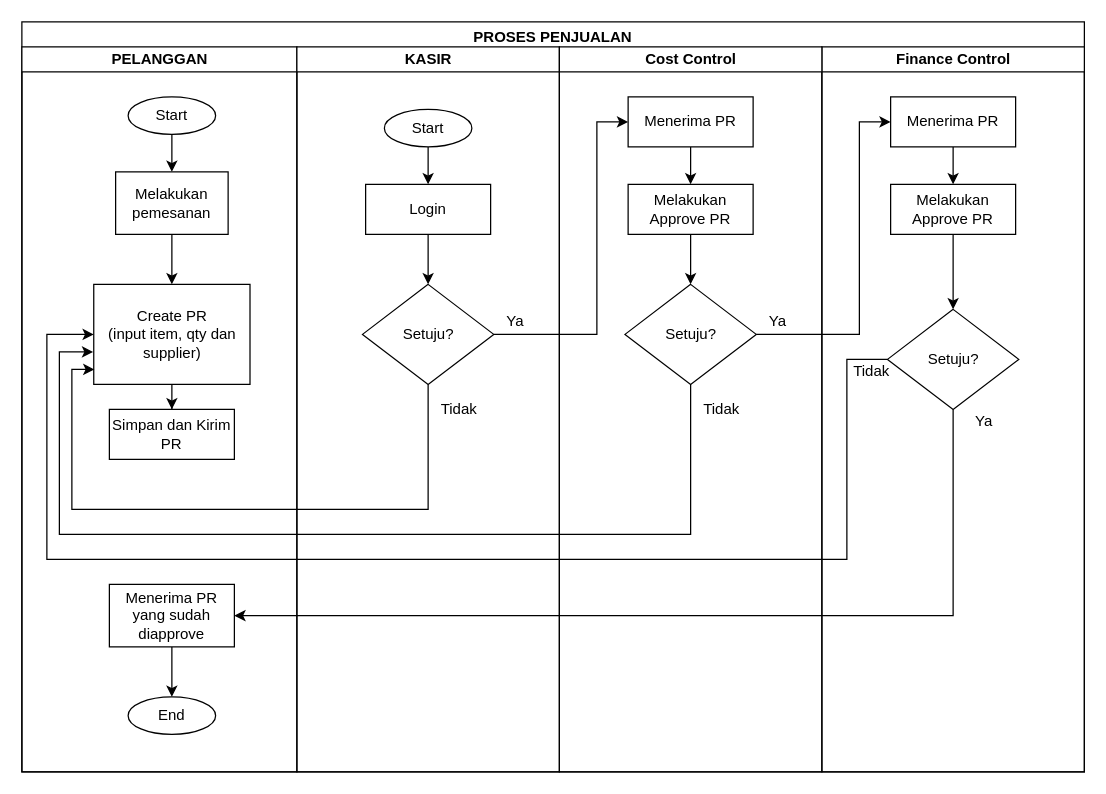
andizdn13/dokumen-project keeps this draw.io diagram as page "Halaman-2" (2 of 2) of Untitled Diagram.drawio. Above is the earlier version. Source tidied: cells renumbered, new cells numbered last; positions are measured from the earlier drawing's top-left corner, leaving out a move shared by most shapes. Both pictures are drawn from the tidied source at 125%, with x=0, y=0 at pixel (21, 21).
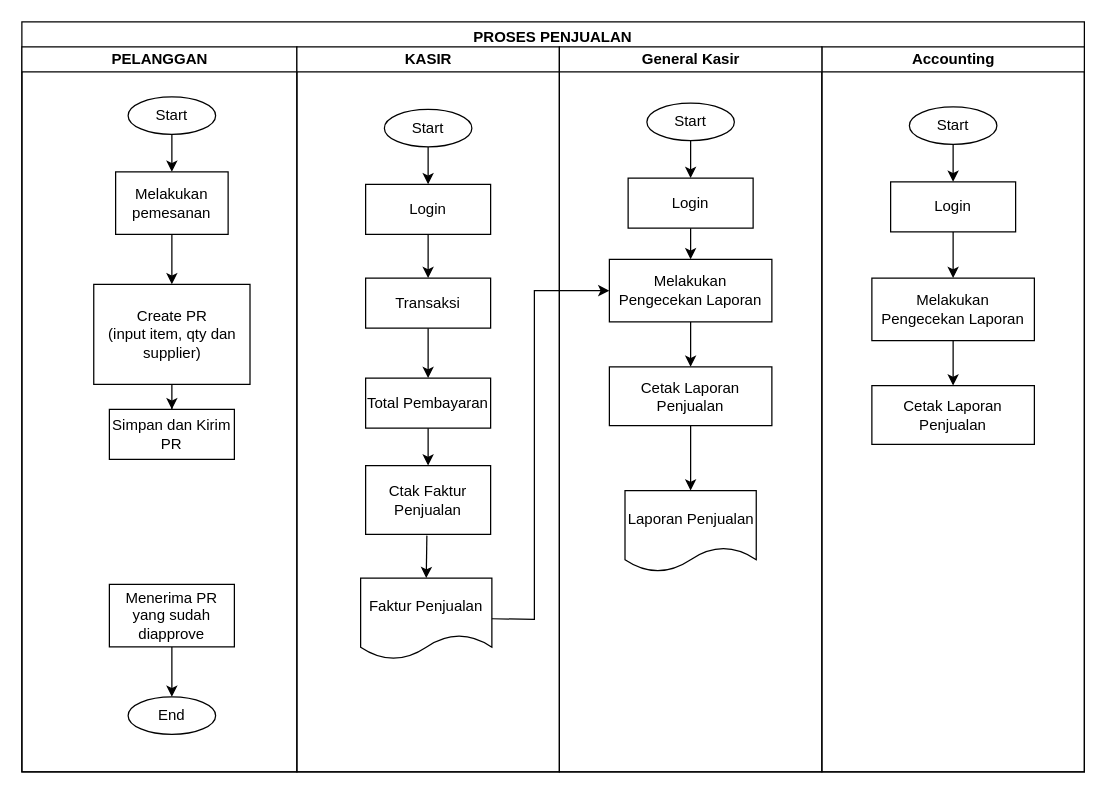
Above is the later version.

Unchanged cells that the change refers to:
```xml
<mxCell id="2" value="PROSES PENJUALAN" style="swimlane;" parent="1" vertex="1">
  <mxGeometry width="850" height="600" as="geometry" />
</mxCell>
<mxCell id="17" value="Create PR&lt;br&gt;(input item, qty dan supplier)" style="rounded=0;whiteSpace=wrap;html=1;strokeWidth=1;" parent="11" vertex="1">
  <mxGeometry x="57.5" y="190" width="125" height="80" as="geometry" />
</mxCell>
<mxCell id="20" value="Menerima PR yang sudah diapprove" style="rounded=0;whiteSpace=wrap;html=1;strokeWidth=1;" parent="11" vertex="1">
  <mxGeometry x="70" y="430" width="100" height="50" as="geometry" />
</mxCell>
<mxCell id="22" value="KASIR" style="swimlane;html=1;startSize=20;" parent="2" vertex="1">
  <mxGeometry x="220" y="20" width="210" height="580" as="geometry" />
</mxCell>
<mxCell id="25" value="Login" style="rounded=0;whiteSpace=wrap;html=1;strokeWidth=1;" parent="22" vertex="1">
  <mxGeometry x="55" y="110" width="100" height="40" as="geometry" />
</mxCell>
```

Diff of the diagram source:
```diff
@@
-    <mxCell id="3" value="Finance Control" style="swimlane;html=1;startSize=20;" parent="2" vertex="1">
+    <mxCell id="3" value="Accounting" style="swimlane;html=1;startSize=20;" parent="2" vertex="1">
       <mxGeometry x="640" y="20" width="210" height="580" as="geometry" />
     </mxCell>
-    <mxCell id="4" style="edgeStyle=orthogonalEdgeStyle;rounded=0;jettySize=auto;html=1;exitX=0.5;exitY=1;exitDx=0;exitDy=0;entryX=0.5;entryY=0;entryDx=0;entryDy=0;" parent="3" edge="1" source="5" target="7">
-      <mxGeometry relative="1" as="geometry" />
-    </mxCell>
-    <mxCell id="5" value="Menerima PR" style="rounded=0;whiteSpace=wrap;html=1;strokeWidth=1;" parent="3" vertex="1">
-      <mxGeometry x="55" y="40" width="100" height="40" as="geometry" />
-    </mxCell>
-    <mxCell id="6" style="edgeStyle=orthogonalEdgeStyle;rounded=0;jettySize=auto;html=1;exitX=0.5;exitY=1;exitDx=0;exitDy=0;entryX=0.5;entryY=0;entryDx=0;entryDy=0;" parent="3" edge="1" source="7" target="8">
-      <mxGeometry relative="1" as="geometry" />
-    </mxCell>
-    <mxCell id="7" value="Melakukan Approve PR" style="rounded=0;whiteSpace=wrap;html=1;strokeWidth=1;" parent="3" vertex="1">
-      <mxGeometry x="55" y="110" width="100" height="40" as="geometry" />
-    </mxCell>
-    <mxCell id="8" value="Setuju?" style="rhombus;whiteSpace=wrap;html=1;strokeWidth=1;" parent="3" vertex="1">
-      <mxGeometry x="52.5" y="210" width="105" height="80" as="geometry" />
-    </mxCell>
-    <mxCell id="9" value="Ya" style="text;html=1;strokeColor=none;fillColor=none;align=center;verticalAlign=middle;whiteSpace=wrap;rounded=0;" parent="3" vertex="1">
-      <mxGeometry x="110" y="290" width="40" height="20" as="geometry" />
-    </mxCell>
-    <mxCell id="10" value="Tidak" style="text;html=1;strokeColor=none;fillColor=none;align=center;verticalAlign=middle;whiteSpace=wrap;rounded=0;" parent="3" vertex="1">
-      <mxGeometry x="20" y="250" width="40" height="20" as="geometry" />
-    </mxCell>
+    <mxCell id="44" value="Start" style="strokeWidth=1;html=1;shape=mxgraph.flowchart.start_1;whiteSpace=wrap;" parent="3" vertex="1">
+      <mxGeometry x="70" y="48" width="70" height="30" as="geometry" />
+    </mxCell>
+    <mxCell id="45" style="edgeStyle=orthogonalEdgeStyle;rounded=0;jettySize=auto;html=1;exitX=0.5;exitY=1;exitDx=0;exitDy=0;entryX=0.5;entryY=0;entryDx=0;entryDy=0;" parent="3" edge="1" target="46">
+      <mxGeometry relative="1" as="geometry">
+        <mxPoint x="105" y="78" as="sourcePoint" />
+      </mxGeometry>
+    </mxCell>
+    <mxCell id="46" value="Login" style="rounded=0;whiteSpace=wrap;html=1;strokeWidth=1;" parent="3" vertex="1">
+      <mxGeometry x="55" y="108" width="100" height="40" as="geometry" />
+    </mxCell>
+    <mxCell id="47" style="edgeStyle=orthogonalEdgeStyle;rounded=0;jettySize=auto;html=1;exitX=0.5;exitY=1;exitDx=0;exitDy=0;" parent="3" edge="1" source="48" target="49">
+      <mxGeometry relative="1" as="geometry" />
+    </mxCell>
+    <mxCell id="48" value="Melakukan Pengecekan Laporan" style="rounded=0;whiteSpace=wrap;html=1;strokeWidth=1;" parent="3" vertex="1">
+      <mxGeometry x="40" y="185" width="130" height="50" as="geometry" />
+    </mxCell>
+    <mxCell id="49" value="Cetak Laporan Penjualan" style="rounded=0;whiteSpace=wrap;html=1;strokeWidth=1;" parent="3" vertex="1">
+      <mxGeometry x="40" y="271" width="130" height="47" as="geometry" />
+    </mxCell>
+    <mxCell id="50" style="endArrow=classic;html=1;rounded=0;exitX=0.5;exitY=1;exitDx=0;exitDy=0;" parent="3" edge="1" source="46" target="48">
+      <mxGeometry relative="1" as="geometry" />
+    </mxCell>
@@
-    <mxCell id="24" style="edgeStyle=orthogonalEdgeStyle;rounded=0;jettySize=auto;html=1;exitX=0.5;exitY=1;exitDx=0;exitDy=0;entryX=0.5;entryY=0;entryDx=0;entryDy=0;" parent="22" edge="1" source="25" target="26">
-      <mxGeometry relative="1" as="geometry" />
+    <mxCell id="24" style="edgeStyle=orthogonalEdgeStyle;rounded=0;jettySize=auto;html=1;exitX=0.5;exitY=1;exitDx=0;exitDy=0;entryX=0.5;entryY=0;entryDx=0;entryDy=0;" parent="22" edge="1" source="51">
+      <mxGeometry relative="1" as="geometry">
+        <mxPoint x="105" y="265" as="targetPoint" />
+      </mxGeometry>
     </mxCell>
@@
-    <mxCell id="26" value="Setuju?" style="rhombus;whiteSpace=wrap;html=1;strokeWidth=1;" parent="22" vertex="1">
-      <mxGeometry x="52.5" y="190" width="105" height="80" as="geometry" />
-    </mxCell>
-    <mxCell id="27" value="Ya" style="text;html=1;strokeColor=none;fillColor=none;align=center;verticalAlign=middle;whiteSpace=wrap;rounded=0;" parent="22" vertex="1">
-      <mxGeometry x="155" y="210" width="40" height="20" as="geometry" />
-    </mxCell>
-    <mxCell id="28" value="Tidak" style="text;html=1;strokeColor=none;fillColor=none;align=center;verticalAlign=middle;whiteSpace=wrap;rounded=0;" parent="22" vertex="1">
-      <mxGeometry x="110" y="280" width="40" height="20" as="geometry" />
-    </mxCell>
@@
+    <mxCell id="51" value="Transaksi " style="rounded=0;whiteSpace=wrap;html=1;strokeWidth=1;" parent="22" vertex="1">
+      <mxGeometry x="55" y="185" width="100" height="40" as="geometry" />
+    </mxCell>
+    <mxCell id="52" style="edgeStyle=orthogonalEdgeStyle;rounded=0;jettySize=auto;html=1;exitX=0.5;exitY=1;exitDx=0;exitDy=0;entryX=0.5;entryY=0;entryDx=0;entryDy=0;" parent="22" edge="1" source="25" target="51">
+      <mxGeometry relative="1" as="geometry" />
+    </mxCell>
+    <mxCell id="53" value="Total Pembayaran" style="rounded=0;whiteSpace=wrap;html=1;strokeWidth=1;" parent="22" vertex="1">
+      <mxGeometry x="55" y="265" width="100" height="40" as="geometry" />
+    </mxCell>
+    <mxCell id="54" value="Ctak Faktur Penjualan" style="rounded=0;whiteSpace=wrap;html=1;strokeWidth=1;" parent="22" vertex="1">
+      <mxGeometry x="55" y="335" width="100" height="55" as="geometry" />
+    </mxCell>
+    <mxCell id="55" value="Faktur Penjualan" style="shape=document;whiteSpace=wrap;html=1;boundedLbl=1;" parent="22" vertex="1">
+      <mxGeometry x="51" y="425" width="105" height="65" as="geometry" />
+    </mxCell>
+    <mxCell id="56" style="endArrow=classic;html=1;rounded=0;exitX=0.5;exitY=1;exitDx=0;exitDy=0;entryX=0.5;entryY=0;entryDx=0;entryDy=0;" parent="22" edge="1" source="53" target="54">
+      <mxGeometry relative="1" as="geometry" />
+    </mxCell>
-    <mxCell id="30" value="Cost Control" style="swimlane;html=1;startSize=20;" parent="2" vertex="1">
+    <mxCell id="30" value="General Kasir" style="swimlane;html=1;startSize=20;" parent="2" vertex="1">
       <mxGeometry x="430" y="20" width="210" height="580" as="geometry" />
     </mxCell>
@@
-    <mxCell id="32" value="Menerima PR" style="rounded=0;whiteSpace=wrap;html=1;strokeWidth=1;" parent="30" vertex="1">
-      <mxGeometry x="55" y="40" width="100" height="40" as="geometry" />
+    <mxCell id="32" value="Melakukan Pengecekan Laporan" style="rounded=0;whiteSpace=wrap;html=1;strokeWidth=1;" parent="30" vertex="1">
+      <mxGeometry x="40" y="170" width="130" height="50" as="geometry" />
     </mxCell>
-    <mxCell id="33" style="edgeStyle=orthogonalEdgeStyle;rounded=0;jettySize=auto;html=1;exitX=0.5;exitY=1;exitDx=0;exitDy=0;entryX=0.5;entryY=0;entryDx=0;entryDy=0;" parent="30" edge="1" source="34" target="35">
-      <mxGeometry relative="1" as="geometry" />
+    <mxCell id="33" style="edgeStyle=orthogonalEdgeStyle;rounded=0;jettySize=auto;html=1;exitX=0.5;exitY=1;exitDx=0;exitDy=0;" parent="30" edge="1" source="34">
+      <mxGeometry relative="1" as="geometry">
+        <mxPoint x="105" y="355" as="targetPoint" />
+      </mxGeometry>
     </mxCell>
-    <mxCell id="34" value="Melakukan Approve PR" style="rounded=0;whiteSpace=wrap;html=1;strokeWidth=1;" parent="30" vertex="1">
-      <mxGeometry x="55" y="110" width="100" height="40" as="geometry" />
+    <mxCell id="34" value="Cetak Laporan Penjualan" style="rounded=0;whiteSpace=wrap;html=1;strokeWidth=1;" parent="30" vertex="1">
+      <mxGeometry x="40" y="256" width="130" height="47" as="geometry" />
     </mxCell>
-    <mxCell id="35" value="Setuju?" style="rhombus;whiteSpace=wrap;html=1;strokeWidth=1;" parent="30" vertex="1">
-      <mxGeometry x="52.5" y="190" width="105" height="80" as="geometry" />
-    </mxCell>
-    <mxCell id="36" value="Ya" style="text;html=1;strokeColor=none;fillColor=none;align=center;verticalAlign=middle;whiteSpace=wrap;rounded=0;" parent="30" vertex="1">
-      <mxGeometry x="155" y="210" width="40" height="20" as="geometry" />
-    </mxCell>
-    <mxCell id="37" value="Tidak" style="text;html=1;strokeColor=none;fillColor=none;align=center;verticalAlign=middle;whiteSpace=wrap;rounded=0;" parent="30" vertex="1">
-      <mxGeometry x="110" y="280" width="40" height="20" as="geometry" />
-    </mxCell>
-    <mxCell id="38" style="edgeStyle=orthogonalEdgeStyle;rounded=0;jettySize=auto;html=1;exitX=1;exitY=0.5;exitDx=0;exitDy=0;entryX=0;entryY=0.5;entryDx=0;entryDy=0;" parent="2" edge="1" source="26" target="32">
-      <mxGeometry relative="1" as="geometry">
-        <Array as="points">
-          <mxPoint x="460" y="250" />
-          <mxPoint x="460" y="80" />
-        </Array>
-      </mxGeometry>
-    </mxCell>
-    <mxCell id="39" style="edgeStyle=orthogonalEdgeStyle;rounded=0;jettySize=auto;html=1;exitX=0.5;exitY=1;exitDx=0;exitDy=0;entryX=0.004;entryY=0.85;entryDx=0;entryDy=0;entryPerimeter=0;" parent="2" edge="1" source="26" target="17">
-      <mxGeometry relative="1" as="geometry">
-        <Array as="points">
-          <mxPoint x="325" y="390" />
-          <mxPoint x="40" y="390" />
-          <mxPoint x="40" y="278" />
-        </Array>
-      </mxGeometry>
-    </mxCell>
-    <mxCell id="40" style="edgeStyle=orthogonalEdgeStyle;rounded=0;jettySize=auto;html=1;exitX=0.5;exitY=1;exitDx=0;exitDy=0;entryX=-0.004;entryY=0.675;entryDx=0;entryDy=0;entryPerimeter=0;" parent="2" edge="1" source="35" target="17">
-      <mxGeometry relative="1" as="geometry">
-        <Array as="points">
-          <mxPoint x="535" y="410" />
-          <mxPoint x="30" y="410" />
-          <mxPoint x="30" y="264" />
-        </Array>
-      </mxGeometry>
-    </mxCell>
-    <mxCell id="41" style="edgeStyle=orthogonalEdgeStyle;rounded=0;jettySize=auto;html=1;exitX=1;exitY=0.5;exitDx=0;exitDy=0;entryX=0;entryY=0.5;entryDx=0;entryDy=0;" parent="2" edge="1" source="35" target="5">
-      <mxGeometry relative="1" as="geometry">
-        <Array as="points">
-          <mxPoint x="670" y="250" />
-          <mxPoint x="670" y="80" />
-        </Array>
-      </mxGeometry>
-    </mxCell>
-    <mxCell id="42" style="edgeStyle=orthogonalEdgeStyle;rounded=0;jettySize=auto;html=1;exitX=0;exitY=0.5;exitDx=0;exitDy=0;entryX=0;entryY=0.5;entryDx=0;entryDy=0;" parent="2" edge="1" source="8" target="17">
-      <mxGeometry relative="1" as="geometry">
-        <Array as="points">
-          <mxPoint x="660" y="270" />
-          <mxPoint x="660" y="430" />
-          <mxPoint x="20" y="430" />
-          <mxPoint x="20" y="250" />
-        </Array>
-      </mxGeometry>
-    </mxCell>
-    <mxCell id="43" style="edgeStyle=orthogonalEdgeStyle;rounded=0;jettySize=auto;html=1;exitX=0.5;exitY=1;exitDx=0;exitDy=0;entryX=1;entryY=0.5;entryDx=0;entryDy=0;" parent="2" edge="1" source="8" target="20">
-      <mxGeometry relative="1" as="geometry" />
-    </mxCell>
+    <mxCell id="57" value="Start" style="strokeWidth=1;html=1;shape=mxgraph.flowchart.start_1;whiteSpace=wrap;" parent="30" vertex="1">
+      <mxGeometry x="70" y="45" width="70" height="30" as="geometry" />
+    </mxCell>
+    <mxCell id="58" style="edgeStyle=orthogonalEdgeStyle;rounded=0;jettySize=auto;html=1;exitX=0.5;exitY=1;exitDx=0;exitDy=0;entryX=0.5;entryY=0;entryDx=0;entryDy=0;" parent="30" edge="1" target="59">
+      <mxGeometry relative="1" as="geometry">
+        <mxPoint x="105" y="75" as="sourcePoint" />
+      </mxGeometry>
+    </mxCell>
+    <mxCell id="59" value="Login" style="rounded=0;whiteSpace=wrap;html=1;strokeWidth=1;" parent="30" vertex="1">
+      <mxGeometry x="55" y="105" width="100" height="40" as="geometry" />
+    </mxCell>
+    <mxCell id="60" style="edgeStyle=orthogonalEdgeStyle;rounded=0;jettySize=auto;html=1;entryX=0.5;entryY=0;entryDx=0;entryDy=0;exitX=0.5;exitY=1;exitDx=0;exitDy=0;" parent="30" edge="1" source="59" target="32">
+      <mxGeometry relative="1" as="geometry" />
+    </mxCell>
+    <mxCell id="61" value="Laporan Penjualan" style="shape=document;whiteSpace=wrap;html=1;boundedLbl=1;" parent="30" vertex="1">
+      <mxGeometry x="52.5" y="355" width="105" height="65" as="geometry" />
+    </mxCell>
+    <mxCell id="62" style="endArrow=classic;html=1;rounded=0;exitX=1;exitY=0.5;exitDx=0;exitDy=0;entryX=0;entryY=0.5;entryDx=0;entryDy=0;" parent="2" edge="1" source="55" target="32">
+      <mxGeometry relative="1" as="geometry">
+        <Array as="points">
+          <mxPoint x="410" y="478" />
+          <mxPoint x="410" y="215" />
+        </Array>
+      </mxGeometry>
+    </mxCell>
+    <mxCell id="63" style="endArrow=classic;html=1;rounded=0;exitX=0.5;exitY=1;exitDx=0;exitDy=0;entryX=0.5;entryY=0;entryDx=0;entryDy=0;" parent="1" edge="1" target="55">
+      <mxGeometry relative="1" as="geometry">
+        <mxPoint x="324" y="411" as="sourcePoint" />
+      </mxGeometry>
+    </mxCell>
```
